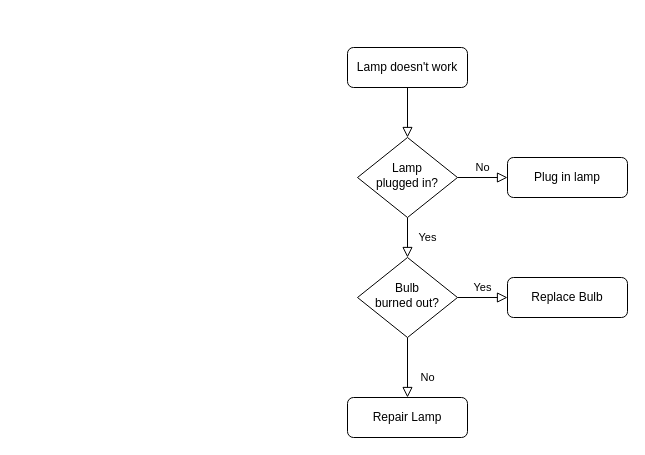
Above: 参数下载.drawio in AgonyCarl/frank.github.io (draw.io), before the change. Source tidied: cells renumbered, new cells numbered last; positions are measured from the earlier drawing's top-left corner, leaving out a move shared by most shapes. Both pictures are drawn from the tidied source at 100%, with x=0, y=0 at pixel (347, 47).
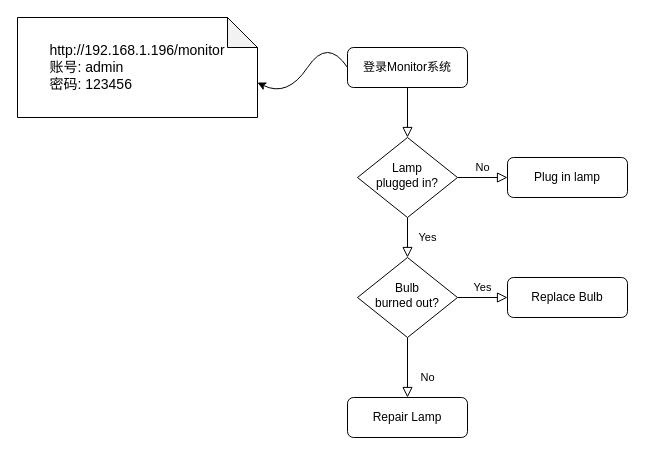
The same page after the edit.

Commit message:
更新参数下载.drawio

The edit, as a diff of the source:
```diff
@@
 <mxGraphModel>
   <root>
     <mxCell id="0" />
     <mxCell id="1" parent="0" />
     <mxCell id="2" style="rounded=0;html=1;jettySize=auto;fontSize=11;endArrow=block;endFill=0;endSize=8;strokeWidth=1;shadow=0;labelBackgroundColor=none;edgeStyle=orthogonalEdgeStyle;" parent="1" edge="1" source="3" target="6">
       <mxGeometry relative="1" as="geometry" />
     </mxCell>
-    <mxCell id="3" value="Lamp doesn't work" style="rounded=1;whiteSpace=wrap;html=1;fontSize=12;glass=0;strokeWidth=1;shadow=0;" parent="1" vertex="1">
+    <mxCell id="3" value="登录Monitor系统" style="rounded=1;whiteSpace=wrap;html=1;fontSize=12;glass=0;strokeWidth=1;shadow=0;" parent="1" vertex="1">
       <mxGeometry width="120" height="40" as="geometry" />
     </mxCell>
     <mxCell id="4" value="Yes" style="rounded=0;html=1;jettySize=auto;fontSize=11;endArrow=block;endFill=0;endSize=8;strokeWidth=1;shadow=0;labelBackgroundColor=none;edgeStyle=orthogonalEdgeStyle;" parent="1" edge="1" source="6" target="10">
       <mxGeometry y="20" relative="1" as="geometry" />
     </mxCell>
     <mxCell id="5" value="No" style="edgeStyle=orthogonalEdgeStyle;rounded=0;html=1;jettySize=auto;fontSize=11;endArrow=block;endFill=0;endSize=8;strokeWidth=1;shadow=0;labelBackgroundColor=none;" parent="1" edge="1" source="6" target="7">
       <mxGeometry y="10" relative="1" as="geometry" />
     </mxCell>
     <mxCell id="6" value="Lamp&lt;br&gt;plugged in?" style="rhombus;whiteSpace=wrap;html=1;shadow=0;fontFamily=Helvetica;fontSize=12;align=center;strokeWidth=1;spacing=6;spacingTop=-4;" parent="1" vertex="1">
       <mxGeometry x="10" y="90" width="100" height="80" as="geometry" />
     </mxCell>
     <mxCell id="7" value="Plug in lamp" style="rounded=1;whiteSpace=wrap;html=1;fontSize=12;glass=0;strokeWidth=1;shadow=0;" parent="1" vertex="1">
       <mxGeometry x="160" y="110" width="120" height="40" as="geometry" />
     </mxCell>
     <mxCell id="8" value="No" style="rounded=0;html=1;jettySize=auto;fontSize=11;endArrow=block;endFill=0;endSize=8;strokeWidth=1;shadow=0;labelBackgroundColor=none;edgeStyle=orthogonalEdgeStyle;" parent="1" edge="1" source="10" target="11">
       <mxGeometry x="0.33" y="20" relative="1" as="geometry" />
     </mxCell>
     <mxCell id="9" value="Yes" style="edgeStyle=orthogonalEdgeStyle;rounded=0;html=1;jettySize=auto;fontSize=11;endArrow=block;endFill=0;endSize=8;strokeWidth=1;shadow=0;labelBackgroundColor=none;" parent="1" edge="1" source="10" target="12">
       <mxGeometry y="10" relative="1" as="geometry" />
     </mxCell>
     <mxCell id="10" value="Bulb&lt;br&gt;burned out?" style="rhombus;whiteSpace=wrap;html=1;shadow=0;fontFamily=Helvetica;fontSize=12;align=center;strokeWidth=1;spacing=6;spacingTop=-4;" parent="1" vertex="1">
       <mxGeometry x="10" y="210" width="100" height="80" as="geometry" />
     </mxCell>
     <mxCell id="11" value="Repair Lamp" style="rounded=1;whiteSpace=wrap;html=1;fontSize=12;glass=0;strokeWidth=1;shadow=0;" parent="1" vertex="1">
       <mxGeometry y="350" width="120" height="40" as="geometry" />
     </mxCell>
     <mxCell id="12" value="Replace Bulb" style="rounded=1;whiteSpace=wrap;html=1;fontSize=12;glass=0;strokeWidth=1;shadow=0;" parent="1" vertex="1">
       <mxGeometry x="160" y="230" width="120" height="40" as="geometry" />
     </mxCell>
+    <mxCell id="13" value="&lt;div style=&quot;text-align: justify; font-size: 14px;&quot;&gt;&lt;font style=&quot;font-size: 14px;&quot;&gt;http://192.168.1.196/monitor&lt;/font&gt;&lt;/div&gt;&lt;div style=&quot;text-align: justify; font-size: 14px;&quot;&gt;&lt;font style=&quot;font-size: 14px;&quot;&gt;账号: admin&lt;/font&gt;&lt;/div&gt;&lt;div style=&quot;text-align: justify; font-size: 14px;&quot;&gt;&lt;font style=&quot;font-size: 14px;&quot;&gt;密码: 123456&lt;/font&gt;&lt;/div&gt;" style="shape=note;whiteSpace=wrap;html=1;backgroundOutline=1;darkOpacity=0.05;" parent="1" vertex="1">
+      <mxGeometry x="-330" y="-30" width="240" height="100" as="geometry" />
+    </mxCell>
+    <mxCell id="14" style="curved=1;endArrow=classic;html=1;rounded=0;exitX=0;exitY=0.5;exitDx=0;exitDy=0;entryX=0;entryY=0;entryDx=240;entryDy=65;entryPerimeter=0;" parent="1" edge="1" source="3" target="13">
+      <mxGeometry relative="1" as="geometry">
+        <Array as="points">
+          <mxPoint x="-20" y="-10" />
+          <mxPoint x="-60" y="50" />
+        </Array>
+      </mxGeometry>
+    </mxCell>
   </root>
 </mxGraphModel>
```
